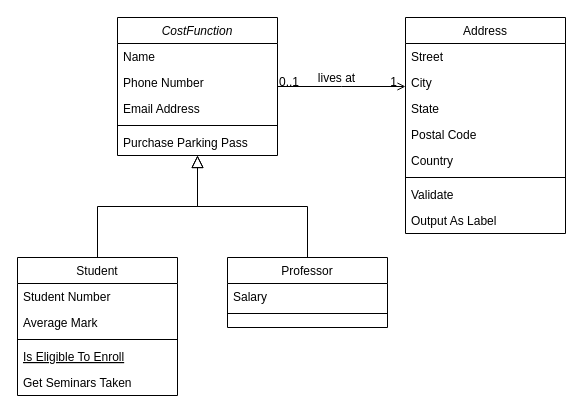
Earlier version of the draw.io diagram drawio/jungblut.ml/Untitled Diagram.drawio (zxsimple/bookmark). Source tidied: cells renumbered, new cells numbered last; positions are measured from the earlier drawing's top-left corner, leaving out a move shared by most shapes. Both pictures are drawn from the tidied source at 100%, with x=0, y=0 at pixel (17, 17).
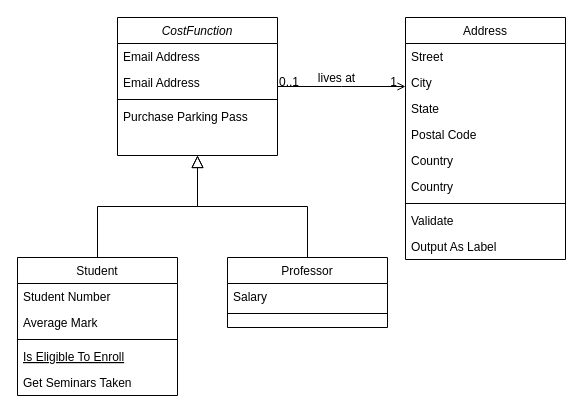
After the change.

The change refers to these unchanged cells:
```xml
<mxCell id="2" value="CostFunction" style="swimlane;fontStyle=2;align=center;verticalAlign=top;horizontal=1;startSize=26;rounded=0;shadow=0;strokeWidth=1;" parent="1" vertex="1">
  <mxGeometry x="100" width="160" height="138" as="geometry" />
</mxCell>
```

The edit, as a diff of the source:
```diff
@@
-    <mxCell id="3" value="Name" style="text;align=left;verticalAlign=top;spacingLeft=4;spacingRight=4;overflow=hidden;" parent="2" vertex="1">
-      <mxGeometry y="26" width="160" height="26" as="geometry" />
-    </mxCell>
-    <mxCell id="4" value="Phone Number" style="text;align=left;verticalAlign=top;spacingLeft=4;spacingRight=4;overflow=hidden;rounded=0;shadow=0;html=0;" parent="2" vertex="1">
-      <mxGeometry y="52" width="160" height="26" as="geometry" />
-    </mxCell>
     <mxCell id="5" value="Email Address" style="text;align=left;verticalAlign=top;spacingLeft=4;spacingRight=4;overflow=hidden;rounded=0;shadow=0;html=0;" parent="2" vertex="1">
-      <mxGeometry y="78" width="160" height="26" as="geometry" />
+      <mxGeometry y="26" width="160" height="26" as="geometry" />
     </mxCell>
+    <mxCell id="32" value="Email Address" style="text;align=left;verticalAlign=top;spacingLeft=4;spacingRight=4;overflow=hidden;rounded=0;shadow=0;html=0;" parent="2" vertex="1">
+      <mxGeometry y="52" width="160" height="26" as="geometry" />
+    </mxCell>
     <mxCell id="6" style="line;html=1;strokeWidth=1;align=left;verticalAlign=middle;spacingTop=-1;spacingLeft=3;spacingRight=3;labelPosition=right;" parent="2" vertex="1">
-      <mxGeometry y="104" width="160" height="8" as="geometry" />
+      <mxGeometry y="78" width="160" height="8" as="geometry" />
     </mxCell>
     <mxCell id="7" value="Purchase Parking Pass" style="text;align=left;verticalAlign=top;spacingLeft=4;spacingRight=4;overflow=hidden;" parent="2" vertex="1">
-      <mxGeometry y="112" width="160" height="26" as="geometry" />
+      <mxGeometry y="86" width="160" height="26" as="geometry" />
     </mxCell>
@@
     <mxCell id="19" value="Address" style="swimlane;fontStyle=0;align=center;verticalAlign=top;horizontal=1;startSize=26;rounded=0;shadow=0;strokeWidth=1;" parent="1" vertex="1">
-      <mxGeometry x="388" width="160" height="216" as="geometry" />
+      <mxGeometry x="388" width="160" height="242" as="geometry" />
     </mxCell>
@@
+    <mxCell id="33" value="Country" style="text;align=left;verticalAlign=top;spacingLeft=4;spacingRight=4;overflow=hidden;rounded=0;shadow=0;html=0;" parent="19" vertex="1">
+      <mxGeometry y="156" width="160" height="26" as="geometry" />
+    </mxCell>
     <mxCell id="25" style="line;html=1;strokeWidth=1;align=left;verticalAlign=middle;spacingTop=-1;spacingLeft=3;spacingRight=3;labelPosition=right;" parent="19" vertex="1">
-      <mxGeometry y="156" width="160" height="8" as="geometry" />
+      <mxGeometry y="182" width="160" height="8" as="geometry" />
     </mxCell>
     <mxCell id="26" value="Validate" style="text;align=left;verticalAlign=top;spacingLeft=4;spacingRight=4;overflow=hidden;" parent="19" vertex="1">
-      <mxGeometry y="164" width="160" height="26" as="geometry" />
+      <mxGeometry y="190" width="160" height="26" as="geometry" />
     </mxCell>
     <mxCell id="27" value="Output As Label" style="text;align=left;verticalAlign=top;spacingLeft=4;spacingRight=4;overflow=hidden;" parent="19" vertex="1">
-      <mxGeometry y="190" width="160" height="26" as="geometry" />
+      <mxGeometry y="216" width="160" height="26" as="geometry" />
     </mxCell>
```
